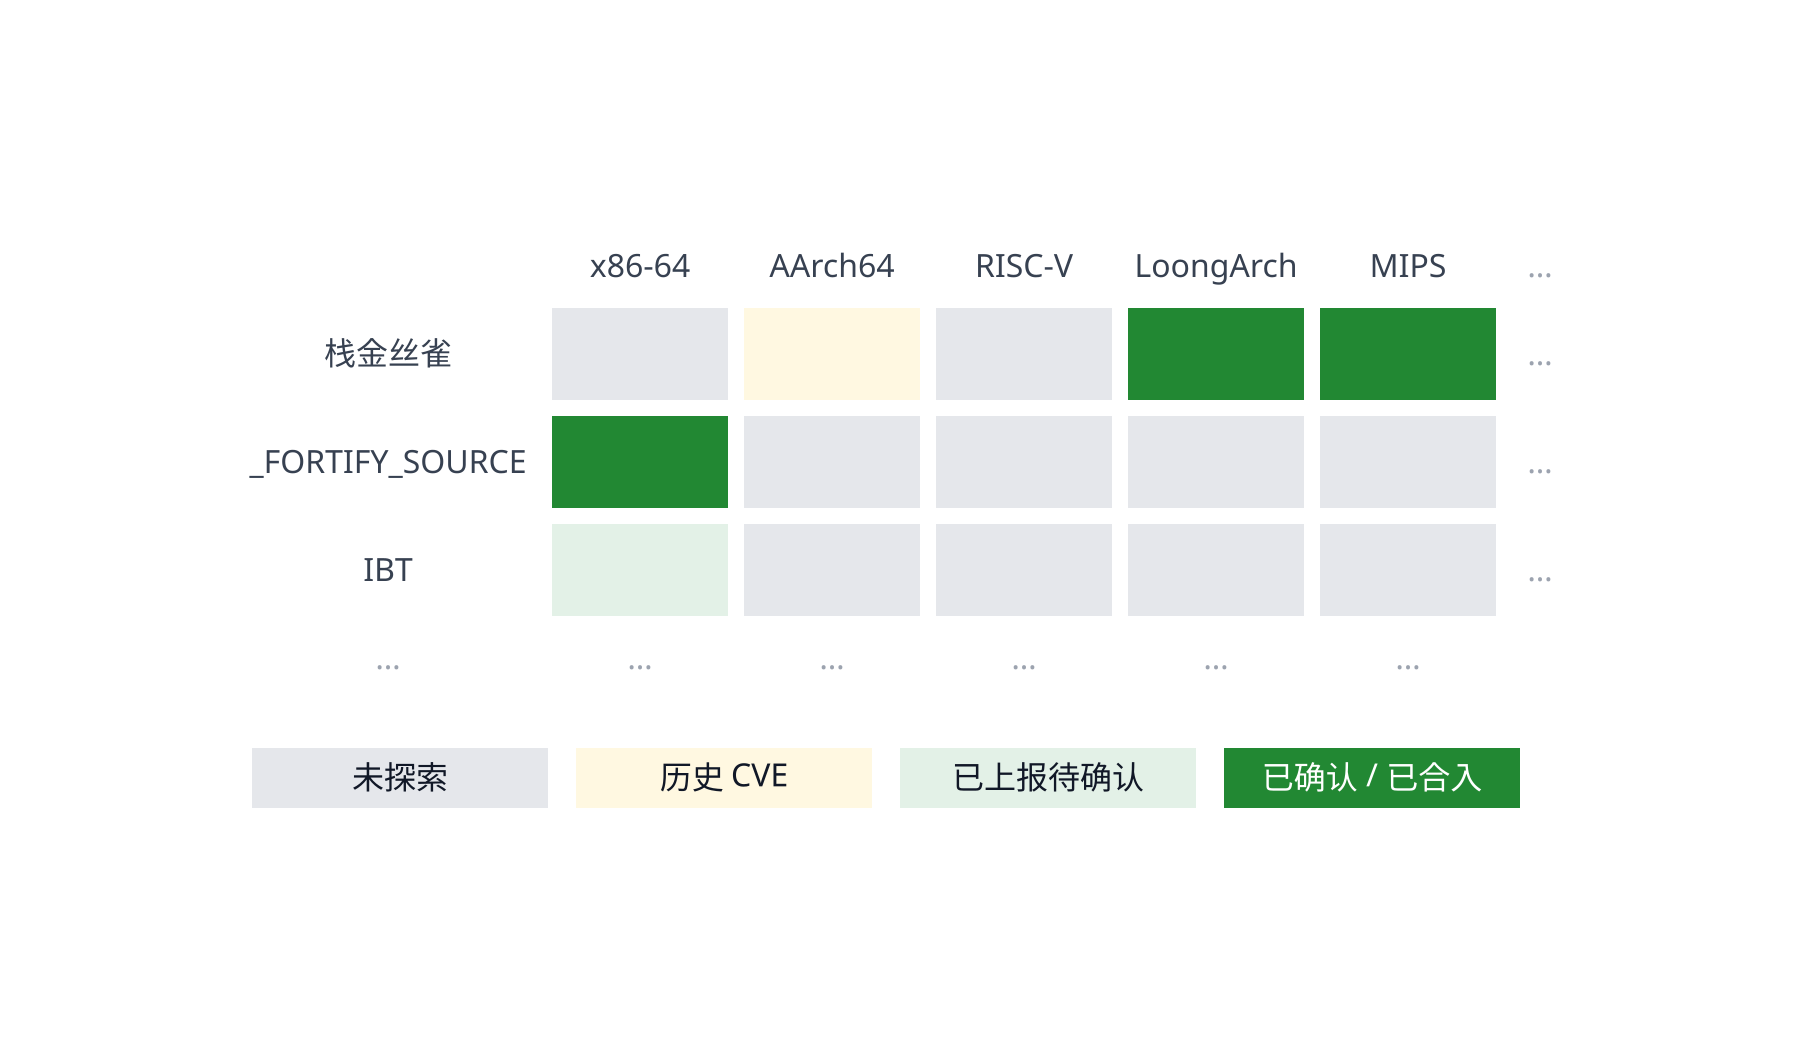
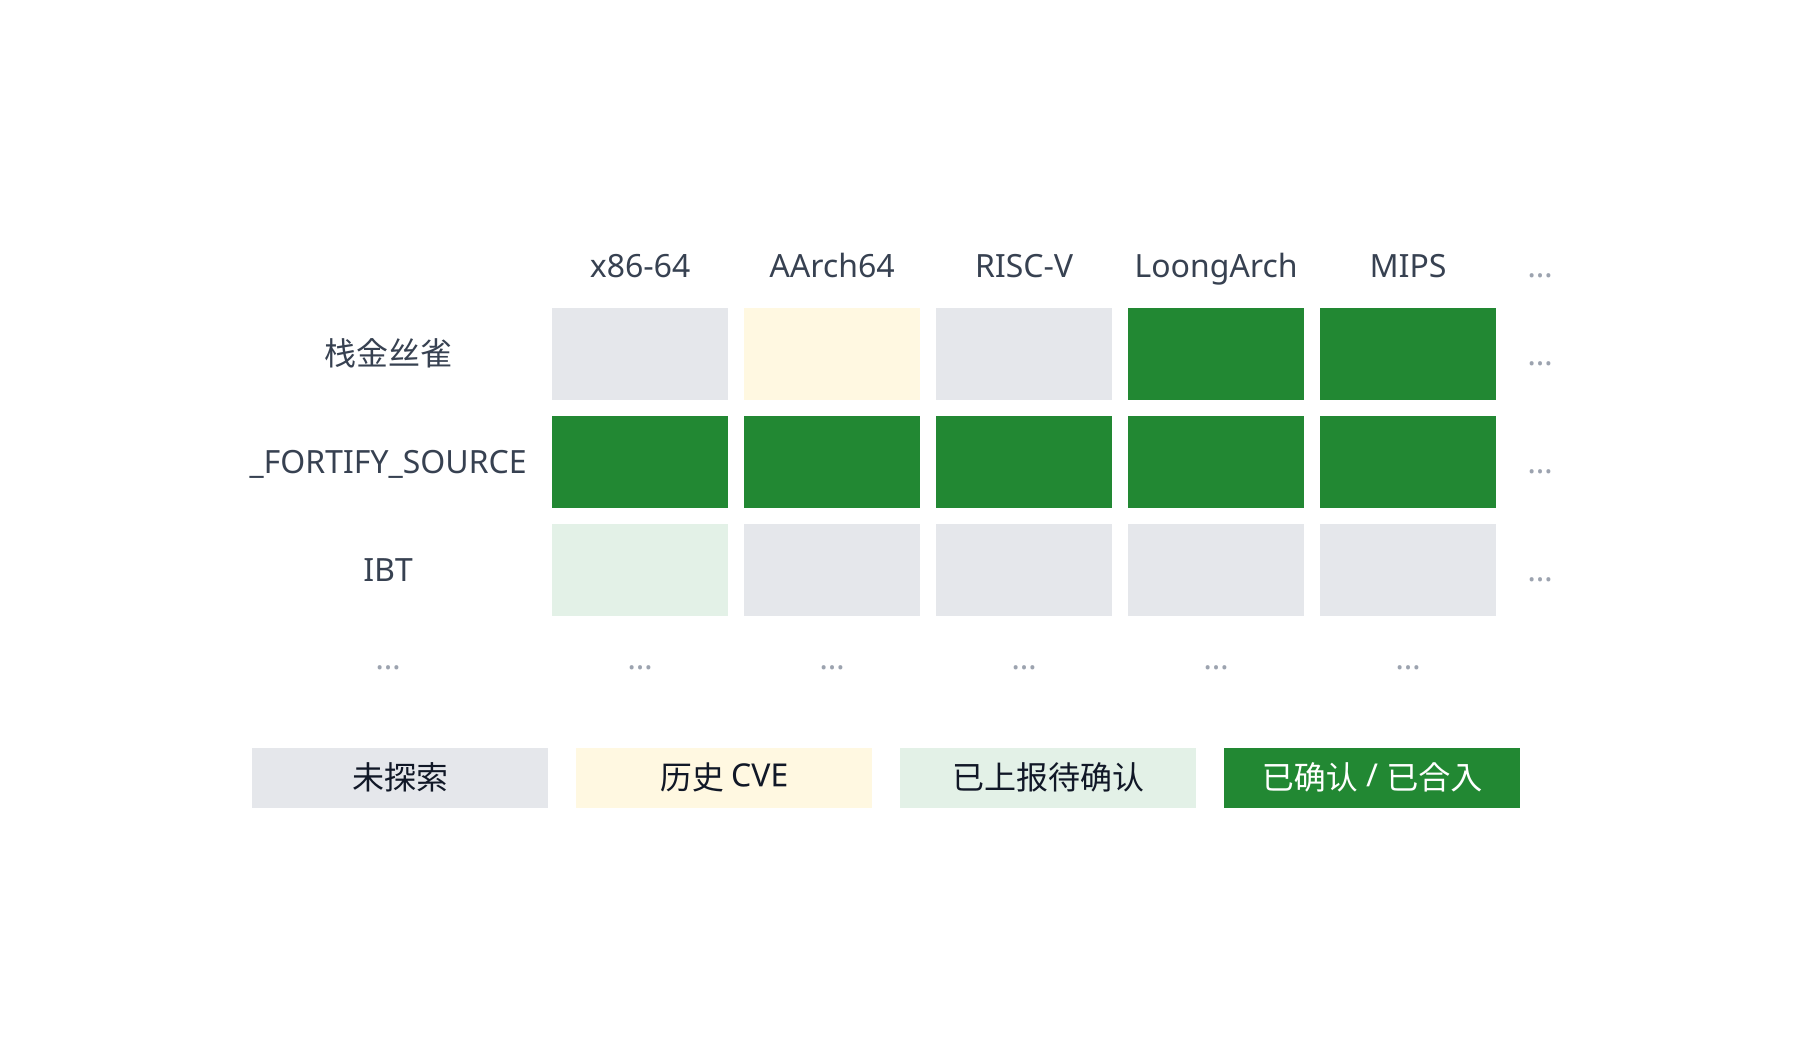
# 图 2 — 防御机制 × ISA 二维研究空间矩阵（中文版）
# 渲染：d2 --layout=dagre --pad=24 defense-matrix.zh.d2 defense-matrix.zh.svg

direction: down

outer: "" {
  grid-rows: 2
  grid-columns: 1
  grid-gap: 12
  style: { fill: transparent; stroke: transparent }

  matrix: "" {
  grid-rows: 5
  grid-columns: 7
  grid-gap: 6
  style: { fill: white; stroke: transparent }

  # ===== Row 0: column headers (透明矩形 + 居中文字) =====
  hdr-corner: "" { width: 1; height: 1; style: { fill: transparent; stroke: transparent } }
  hdr-x86:   "x86-64"     { width: 90; height: 28; style: { fill: transparent; stroke: transparent; font-color: "#374151"; bold: true } }
  hdr-arm:   "AArch64"    { width: 90; height: 28; style: { fill: transparent; stroke: transparent; font-color: "#374151"; bold: true } }
  hdr-rv:    "RISC-V"     { width: 90; height: 28; style: { fill: transparent; stroke: transparent; font-color: "#374151"; bold: true } }
  hdr-la:    "LoongArch"  { width: 90; height: 28; style: { fill: transparent; stroke: transparent; font-color: "#374151"; bold: true } }
  hdr-mips:  "MIPS"       { width: 90; height: 28; style: { fill: transparent; stroke: transparent; font-color: "#374151"; bold: true } }
  hdr-more1: "…"          { width: 30; height: 28; style: { fill: transparent; stroke: transparent; font-color: "#9CA3AF"; bold: true } }

  # ===== Row 1: Stack Canary =====
  row1-lbl: "栈金丝雀" { width: 150; height: 48; style: { fill: transparent; stroke: transparent; font-color: "#374151"; bold: true } }
  r1c1: "" { width: 90; height: 48; style: { fill: "#E5E7EB"; stroke: white } }
  r1c2: "" { width: 90; height: 48; style: { fill: "#FFF8E1"; stroke: white } }
  r1c3: "" { width: 90; height: 48; style: { fill: "#E5E7EB"; stroke: white } }
  r1c4: "" { width: 90; height: 48; style: { fill: "#228833"; stroke: white } }
  r1c5: "" { width: 90; height: 48; style: { fill: "#228833"; stroke: white } }
  r1c6: "…"  { width: 30; height: 48; style: { fill: transparent; stroke: transparent; font-color: "#9CA3AF" } }

  # ===== Row 2: _FORTIFY_SOURCE =====
  row2-lbl: "_FORTIFY_SOURCE" { width: 150; height: 48; style: { fill: transparent; stroke: transparent; font-color: "#374151"; bold: true } }
  r2c1: "" { width: 90; height: 48; style: { fill: "#228833"; stroke: white } }
-   r2c2: "" { width: 90; height: 48; style: { fill: "#E5E7EB"; stroke: white } }
-   r2c3: "" { width: 90; height: 48; style: { fill: "#E5E7EB"; stroke: white } }
-   r2c4: "" { width: 90; height: 48; style: { fill: "#E5E7EB"; stroke: white } }
-   r2c5: "" { width: 90; height: 48; style: { fill: "#E5E7EB"; stroke: white } }
+   r2c2: "" { width: 90; height: 48; style: { fill: "#228833"; stroke: white } }
+   r2c3: "" { width: 90; height: 48; style: { fill: "#228833"; stroke: white } }
+   r2c4: "" { width: 90; height: 48; style: { fill: "#228833"; stroke: white } }
+   r2c5: "" { width: 90; height: 48; style: { fill: "#228833"; stroke: white } }
  r2c6: "…" { width: 30; height: 48; style: { fill: transparent; stroke: transparent; font-color: "#9CA3AF" } }

  # ===== Row 3: IBT =====
  row3-lbl: "IBT" { width: 150; height: 48; style: { fill: transparent; stroke: transparent; font-color: "#374151"; bold: true } }
  r3c1: "" { width: 90; height: 48; style: { fill: "#E3F1E7"; stroke: white } }
  r3c2: "" { width: 90; height: 48; style: { fill: "#E5E7EB"; stroke: white } }
  r3c3: "" { width: 90; height: 48; style: { fill: "#E5E7EB"; stroke: white } }
  r3c4: "" { width: 90; height: 48; style: { fill: "#E5E7EB"; stroke: white } }
  r3c5: "" { width: 90; height: 48; style: { fill: "#E5E7EB"; stroke: white } }
  r3c6: "…" { width: 30; height: 48; style: { fill: transparent; stroke: transparent; font-color: "#9CA3AF" } }

  # ===== Row 4: ellipsis =====
  row4-lbl: "…" { width: 150; height: 28; style: { fill: transparent; stroke: transparent; font-color: "#9CA3AF"; bold: true } }
  r4c1: "…" { width: 90; height: 28; style: { fill: transparent; stroke: transparent; font-color: "#9CA3AF" } }
  r4c2: "…" { width: 90; height: 28; style: { fill: transparent; stroke: transparent; font-color: "#9CA3AF" } }
  r4c3: "…" { width: 90; height: 28; style: { fill: transparent; stroke: transparent; font-color: "#9CA3AF" } }
  r4c4: "…" { width: 90; height: 28; style: { fill: transparent; stroke: transparent; font-color: "#9CA3AF" } }
  r4c5: "…" { width: 90; height: 28; style: { fill: transparent; stroke: transparent; font-color: "#9CA3AF" } }
  r4c6: "" { width: 1; height: 1; style: { fill: transparent; stroke: transparent } }
}

  legend: "" {
    grid-columns: 4
    grid-gap: 12
    style: { fill: white; stroke: transparent }

    l1: "未探索" {
      width: 150; height: 32
      style: { fill: "#E5E7EB"; stroke: white; font-color: "#111827" }
    }
    l2: "历史 CVE" {
      width: 150; height: 32
      style: { fill: "#FFF8E1"; stroke: white; font-color: "#111827" }
    }
    l3: "已上报待确认" {
      width: 150; height: 32
      style: { fill: "#E3F1E7"; stroke: white; font-color: "#111827" }
    }
    l4: "已确认 / 已合入" {
      width: 150; height: 32
      style: { fill: "#228833"; stroke: white; font-color: white }
    }
  }
}
